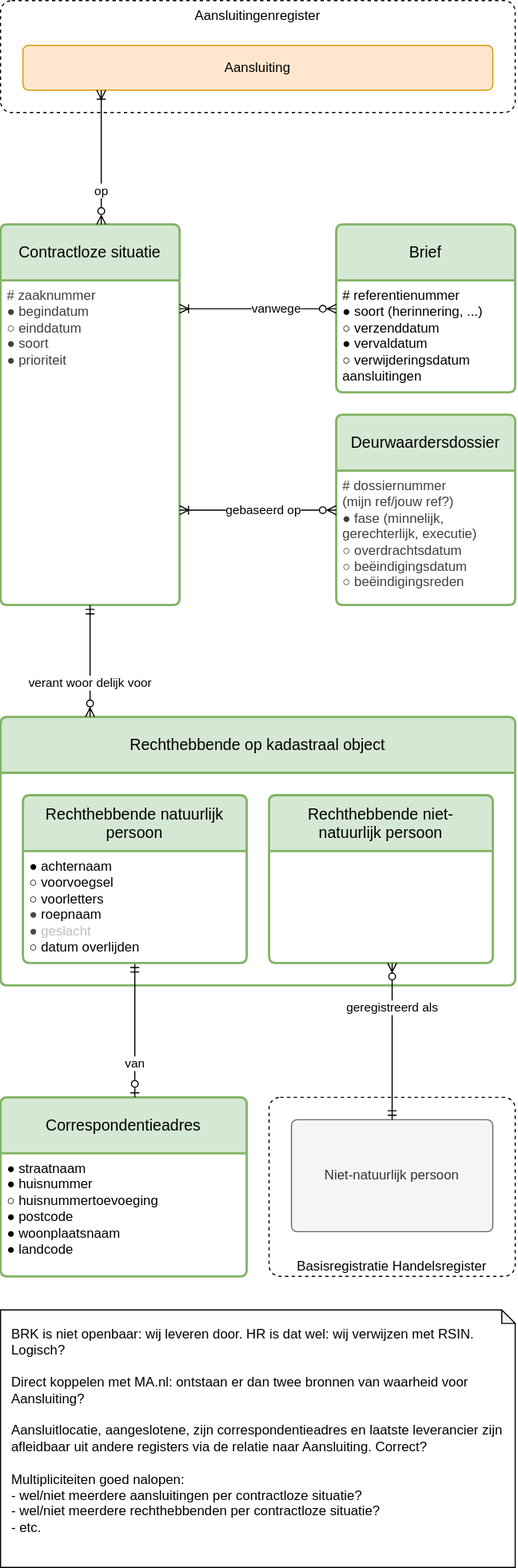
Before: registers/contractloosregister/1.0/contractloosregister.drawio.svg, a diagram exported from draw.io (Netbeheer-Nederland/stelsel). Source tidied: cells renumbered, new cells last; positions are measured from the earlier drawing's top-left corner, leaving out a move shared by most shapes.
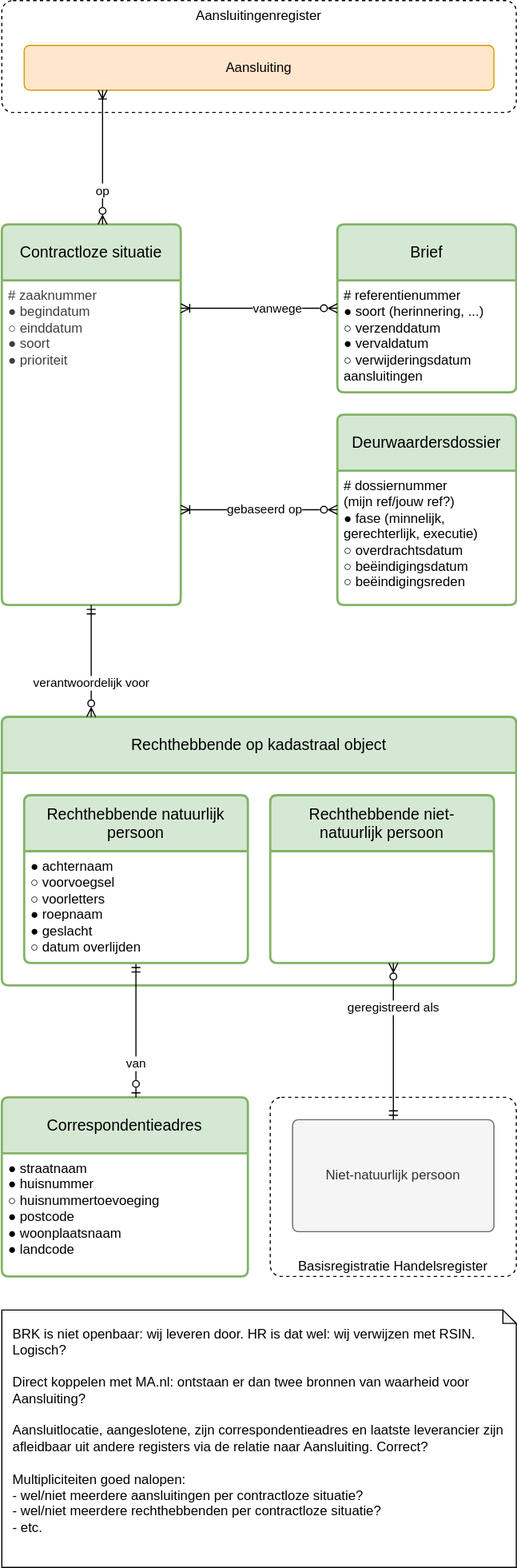
Later version of the same file.

Change to the diagram source:
```diff
@@ -17,10 +17,10 @@
     <mxCell id="6" value="&lt;div&gt;&lt;span style=&quot;background-color: transparent;&quot;&gt;&lt;font&gt;# referentienummer&lt;/font&gt;&lt;/span&gt;&lt;/div&gt;&lt;div&gt;&lt;span style=&quot;background-color: transparent;&quot;&gt;&lt;span&gt;&lt;font&gt;● soort (herinnering, ...)&lt;/font&gt;&lt;/span&gt;&lt;/span&gt;&lt;/div&gt;&lt;div&gt;&lt;div style=&quot;scrollbar-color: rgb(226, 226, 226) rgb(251, 251, 251);&quot;&gt;&lt;span style=&quot;background-color: transparent;&quot;&gt;&lt;font&gt;○ verzenddatum&lt;/font&gt;&lt;/span&gt;&lt;/div&gt;&lt;/div&gt;&lt;div style=&quot;scrollbar-color: rgb(226, 226, 226) rgb(251, 251, 251);&quot;&gt;&lt;font&gt;&lt;span style=&quot;background-color: transparent;&quot;&gt;●&lt;/span&gt;&lt;span style=&quot;background-color: transparent;&quot;&gt;&amp;nbsp;vervaldatum&lt;/span&gt;&lt;/font&gt;&lt;/div&gt;&lt;div style=&quot;scrollbar-color: rgb(226, 226, 226) rgb(251, 251, 251);&quot;&gt;&lt;span style=&quot;background-color: transparent;&quot;&gt;&lt;font&gt;○ verwijderingsdatum&lt;/font&gt;&lt;/span&gt;&lt;/div&gt;&lt;div style=&quot;scrollbar-color: rgb(226, 226, 226) rgb(251, 251, 251);&quot;&gt;&lt;span style=&quot;background-color: transparent;&quot;&gt;&lt;font&gt;&amp;nbsp; &amp;nbsp;aansluitingen&lt;/font&gt;&lt;/span&gt;&lt;/div&gt;" style="align=left;strokeColor=none;fillColor=none;spacingLeft=4;fontSize=12;verticalAlign=top;html=1;" parent="5" vertex="1">
       <mxGeometry y="50" width="160" height="100" as="geometry" />
     </mxCell>
-    <mxCell id="7" value="Deurwaardersdossier" style="swimlane;horizontal=1;startSize=50;rounded=1;fontSize=14;fontStyle=0;strokeWidth=2;shadow=0;dashed=0;align=center;arcSize=4;whiteSpace=wrap;html=1;spacing=10;fillColor=#d5e8d4;strokeColor=#82b366;" parent="1" vertex="1">
+    <mxCell id="7" value="Deurwaardersdossier" style="swimlane;horizontal=1;startSize=50;rounded=1;fontSize=14;fontStyle=0;strokeWidth=2;shadow=0;dashed=0;align=center;arcSize=4;whiteSpace=wrap;html=1;spacing=10;fillColor=#d5e8d4;strokeColor=#82b366;fontColor=default;" parent="1" vertex="1">
       <mxGeometry x="300" y="370" width="160" height="170" as="geometry" />
     </mxCell>
-    <mxCell id="8" value="&lt;div&gt;&lt;span style=&quot;background-color: transparent; color: rgb(63, 63, 63);&quot;&gt;# dossiernummer&lt;/span&gt;&lt;/div&gt;&lt;div&gt;&lt;span style=&quot;background-color: transparent; color: rgb(63, 63, 63);&quot;&gt;&amp;nbsp; &amp;nbsp;(mijn ref/jouw ref?)&lt;/span&gt;&lt;/div&gt;&lt;div&gt;&lt;div style=&quot;color: rgb(63, 63, 63); scrollbar-color: rgb(226, 226, 226) rgb(251, 251, 251);&quot;&gt;&lt;span style=&quot;color: rgb(63, 63, 63); scrollbar-color: rgb(226, 226, 226) rgb(251, 251, 251); background-color: transparent;&quot;&gt;●&lt;/span&gt;&lt;span style=&quot;color: rgb(63, 63, 63); scrollbar-color: rgb(226, 226, 226) rgb(251, 251, 251); background-color: transparent;&quot;&gt;&amp;nbsp;fase (minnelijk,&lt;/span&gt;&lt;/div&gt;&lt;div style=&quot;color: rgb(63, 63, 63); scrollbar-color: rgb(226, 226, 226) rgb(251, 251, 251);&quot;&gt;&lt;span style=&quot;color: rgb(63, 63, 63); scrollbar-color: rgb(226, 226, 226) rgb(251, 251, 251); background-color: transparent;&quot;&gt;&amp;nbsp; &amp;nbsp;gerechterlijk, executie)&lt;/span&gt;&lt;/div&gt;&lt;/div&gt;&lt;div style=&quot;scrollbar-color: rgb(226, 226, 226) rgb(251, 251, 251); color: rgb(63, 63, 63);&quot;&gt;&lt;span style=&quot;background-color: transparent;&quot;&gt;○ overdrachtsdatum&lt;/span&gt;&lt;/div&gt;&lt;div style=&quot;scrollbar-color: rgb(226, 226, 226) rgb(251, 251, 251); color: rgb(63, 63, 63);&quot;&gt;&lt;span style=&quot;background-color: transparent;&quot;&gt;○ beëindigingsdatum&lt;/span&gt;&lt;/div&gt;&lt;div&gt;&lt;span style=&quot;color: rgb(63, 63, 63); scrollbar-color: rgb(226, 226, 226) rgb(251, 251, 251); background-color: transparent;&quot;&gt;&lt;span style=&quot;color: rgb(63, 63, 63);&quot;&gt;○ beëindigingsreden&lt;/span&gt;&lt;/span&gt;&lt;/div&gt;" style="align=left;strokeColor=none;fillColor=none;spacingLeft=4;fontSize=12;verticalAlign=top;html=1;" parent="7" vertex="1">
+    <mxCell id="8" value="&lt;div&gt;&lt;font style=&quot;background-color: light-dark(#ffffff, var(--ge-dark-color, #121212));&quot;&gt;# dossiernummer&lt;/font&gt;&lt;/div&gt;&lt;div&gt;&lt;font style=&quot;background-color: light-dark(#ffffff, var(--ge-dark-color, #121212));&quot;&gt;&amp;nbsp; &amp;nbsp;(mijn ref/jouw ref?)&lt;/font&gt;&lt;/div&gt;&lt;div&gt;&lt;font style=&quot;background-color: light-dark(#ffffff, var(--ge-dark-color, #121212));&quot;&gt;● fase (minnelijk,&lt;/font&gt;&lt;/div&gt;&lt;div&gt;&lt;font style=&quot;background-color: light-dark(#ffffff, var(--ge-dark-color, #121212));&quot;&gt;&amp;nbsp; &amp;nbsp;gerechterlijk, executie)&lt;/font&gt;&lt;/div&gt;&lt;div&gt;&lt;font style=&quot;background-color: light-dark(#ffffff, var(--ge-dark-color, #121212));&quot;&gt;○ overdrachtsdatum&lt;/font&gt;&lt;/div&gt;&lt;div&gt;&lt;font style=&quot;background-color: light-dark(#ffffff, var(--ge-dark-color, #121212));&quot;&gt;○ beëindigingsdatum&lt;/font&gt;&lt;/div&gt;&lt;div&gt;&lt;font style=&quot;background-color: light-dark(#ffffff, var(--ge-dark-color, #121212));&quot;&gt;○ beëindigingsreden&lt;/font&gt;&lt;/div&gt;" style="align=left;strokeColor=none;fillColor=none;spacingLeft=4;fontSize=12;verticalAlign=top;html=1;" parent="7" vertex="1">
       <mxGeometry y="50" width="160" height="120" as="geometry" />
     </mxCell>
     <mxCell id="9" value="Aansluitingenregister" style="rounded=1;whiteSpace=wrap;html=1;absoluteArcSize=1;dashed=1;fillColor=default;verticalAlign=top;spacingLeft=10;spacingRight=10;" parent="1" vertex="1">
@@ -44,13 +44,13 @@
     <mxCell id="15" value="&lt;div&gt;&amp;nbsp;&lt;/div&gt;" style="align=left;strokeColor=none;fillColor=none;spacingLeft=4;fontSize=12;verticalAlign=top;html=1;" parent="14" vertex="1">
       <mxGeometry y="50" width="460" height="190" as="geometry" />
     </mxCell>
-    <mxCell id="16" value="&lt;font&gt;verant&lt;span style=&quot;background-color: light-dark(#ffffff, var(--ge-dark-color, #121212));&quot;&gt;woor&lt;/span&gt;&lt;/font&gt;&lt;span style=&quot;background-color: light-dark(#ffffff, var(--ge-dark-color, #121212));&quot;&gt;delijk&amp;nbsp;&lt;/span&gt;&lt;span style=&quot;background-color: light-dark(#ffffff, var(--ge-dark-color, #121212));&quot;&gt;voor&lt;/span&gt;" style="endArrow=ERmandOne;html=1;edgeStyle=elbowEdgeStyle;endFill=0;startArrow=ERzeroToMany;startFill=0;align=center;fontColor=default;" parent="1" edge="1" source="14" target="3">
+    <mxCell id="16" value="verantwoordelijk voor" style="endArrow=ERmandOne;html=1;edgeStyle=elbowEdgeStyle;endFill=0;startArrow=ERzeroToMany;startFill=0;align=center;fontColor=default;" parent="1" edge="1" source="14" target="3">
       <mxGeometry x="-0.4" relative="1" as="geometry" />
     </mxCell>
     <mxCell id="17" value="Correspondentieadres" style="swimlane;horizontal=1;startSize=50;rounded=1;fontSize=14;fontStyle=0;strokeWidth=2;shadow=0;dashed=0;align=center;arcSize=4;whiteSpace=wrap;html=1;spacing=10;fillColor=#d5e8d4;strokeColor=#82b366;" parent="1" vertex="1">
       <mxGeometry y="980" width="220" height="160" as="geometry" />
     </mxCell>
-    <mxCell id="18" value="&lt;div&gt;● straatnaam&lt;/div&gt;&lt;div&gt;● huisnummer&lt;/div&gt;&lt;div&gt;○ huisnummertoevoeging&lt;/div&gt;&lt;div&gt;● postcode&lt;/div&gt;&lt;div&gt;● woonplaatsnaam&lt;/div&gt;&lt;div&gt;● landcode&lt;/div&gt;" style="align=left;strokeColor=none;fillColor=none;spacingLeft=4;fontSize=12;verticalAlign=top;html=1;" parent="17" vertex="1">
+    <mxCell id="18" value="&lt;div&gt;&lt;font&gt;● straatnaam&lt;/font&gt;&lt;/div&gt;&lt;div&gt;&lt;font&gt;● huisnummer&lt;/font&gt;&lt;/div&gt;&lt;div&gt;&lt;font&gt;○ huisnummertoevoeging&lt;/font&gt;&lt;/div&gt;&lt;div&gt;&lt;font&gt;● postcode&lt;/font&gt;&lt;/div&gt;&lt;div&gt;&lt;font&gt;● woonplaatsnaam&lt;/font&gt;&lt;/div&gt;&lt;div&gt;&lt;font&gt;● landcode&lt;/font&gt;&lt;/div&gt;" style="align=left;strokeColor=none;fillColor=none;spacingLeft=4;fontSize=12;verticalAlign=top;html=1;" parent="17" vertex="1">
       <mxGeometry y="50" width="220" height="110" as="geometry" />
     </mxCell>
     <mxCell id="19" value="van" style="endArrow=ERmandOne;html=1;edgeStyle=elbowEdgeStyle;endFill=0;startArrow=ERzeroToOne;startFill=0;" parent="1" edge="1" source="17" target="20">
@@ -59,7 +59,7 @@
     <mxCell id="20" value="Rechthebbende natuurlijk persoon" style="swimlane;horizontal=1;startSize=50;rounded=1;fontSize=14;fontStyle=0;strokeWidth=2;shadow=0;dashed=0;align=center;arcSize=4;whiteSpace=wrap;html=1;spacing=10;fillColor=#d5e8d4;strokeColor=#82b366;" parent="1" vertex="1">
       <mxGeometry x="20" y="710" width="200" height="150" as="geometry" />
     </mxCell>
-    <mxCell id="21" value="&lt;div&gt;&lt;span style=&quot;background-color: transparent;&quot;&gt;&lt;font&gt;● achternaam&lt;/font&gt;&lt;/span&gt;&lt;/div&gt;&lt;div&gt;&lt;font&gt;○ voorvoegsel&lt;/font&gt;&lt;/div&gt;&lt;div&gt;&lt;font&gt;○ voorletters&lt;/font&gt;&lt;/div&gt;&lt;div&gt;&lt;font&gt;&lt;span style=&quot;background-color: transparent; color: rgb(72, 72, 72);&quot;&gt;●&lt;/span&gt;&amp;nbsp;roepnaam&lt;/font&gt;&lt;/div&gt;&lt;div&gt;&lt;span style=&quot;color: rgb(192, 192, 192);&quot;&gt;&lt;font&gt;&lt;span style=&quot;background-color: transparent; color: rgb(72, 72, 72);&quot;&gt;●&lt;/span&gt;&amp;nbsp;geslacht&lt;/font&gt;&lt;/span&gt;&lt;/div&gt;&lt;div&gt;&lt;font&gt;○ datum overlijden&lt;/font&gt;&lt;/div&gt;" style="align=left;strokeColor=none;fillColor=none;spacingLeft=4;fontSize=12;verticalAlign=top;html=1;" parent="20" vertex="1">
+    <mxCell id="21" value="&lt;div&gt;● achternaam&lt;/div&gt;&lt;div&gt;○ voorvoegsel&lt;/div&gt;&lt;div&gt;○ voorletters&lt;/div&gt;&lt;div&gt;● roepnaam&lt;/div&gt;&lt;div&gt;● geslacht&lt;/div&gt;&lt;div&gt;○ datum overlijden&lt;/div&gt;" style="align=left;strokeColor=none;fillColor=none;spacingLeft=4;fontSize=12;verticalAlign=top;html=1;" parent="20" vertex="1">
       <mxGeometry y="50" width="200" height="100" as="geometry" />
     </mxCell>
     <mxCell id="22" value="Rechthebbende niet-natuurlijk persoon" style="swimlane;horizontal=1;startSize=50;rounded=1;fontSize=14;fontStyle=0;strokeWidth=2;shadow=0;dashed=0;align=center;arcSize=4;whiteSpace=wrap;html=1;spacing=10;fillColor=#d5e8d4;strokeColor=#82b366;" parent="1" vertex="1">
```
